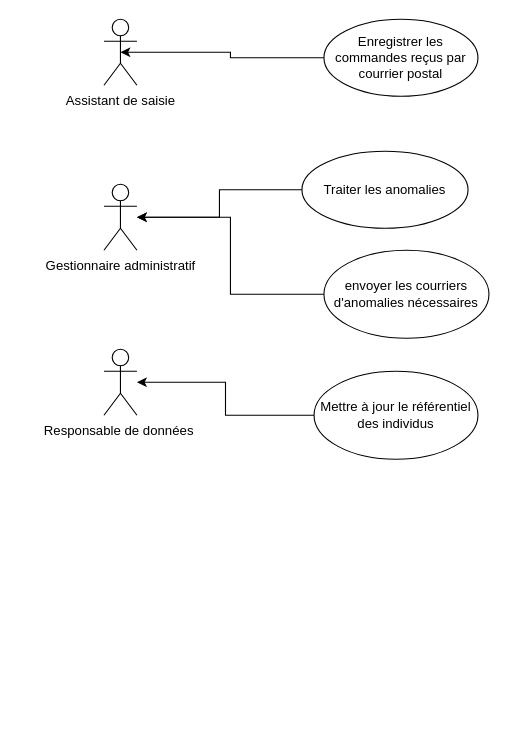
Before: page "Cas d'utilisation" (1 of 3) of diagramme_cas_utilisation.drawio in Hlarie21/Examen, a draw.io diagram. Source tidied: cells renumbered, new cells numbered last; positions are measured from the earlier drawing's top-left corner, leaving out a move shared by most shapes. Both pictures are drawn from the tidied source at 110%, with x=0, y=0 at pixel (103, 19).
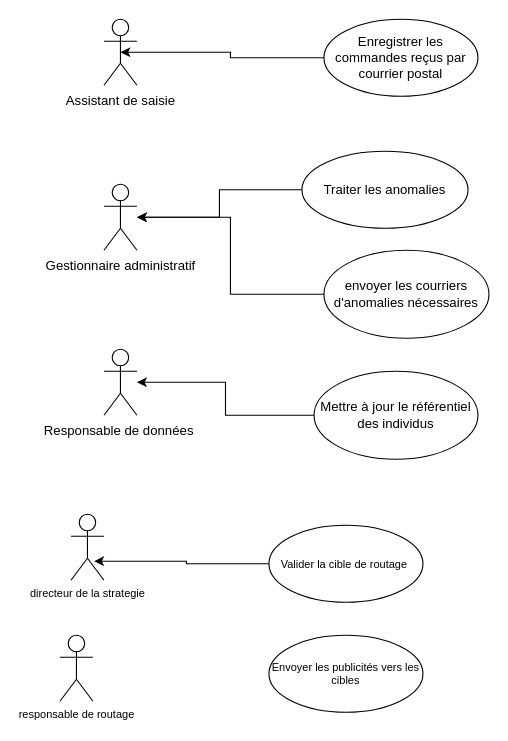
The same page after the edit.

What changed in the source:
```diff
@@
 <mxGraphModel>
   <root>
     <mxCell id="0" />
     <mxCell id="1" parent="0" />
     <mxCell id="2" value="Assistant de saisie" style="shape=umlActor;verticalLabelPosition=bottom;verticalAlign=top;html=1;outlineConnect=0;" parent="1" vertex="1">
       <mxGeometry width="30" height="60" as="geometry" />
     </mxCell>
     <mxCell id="3" value="Gestionnaire administratif" style="shape=umlActor;verticalLabelPosition=bottom;verticalAlign=top;html=1;outlineConnect=0;" parent="1" vertex="1">
       <mxGeometry y="150" width="30" height="60" as="geometry" />
     </mxCell>
     <mxCell id="4" value="Responsable de données&amp;nbsp;" style="shape=umlActor;verticalLabelPosition=bottom;verticalAlign=top;html=1;outlineConnect=0;" parent="1" vertex="1">
       <mxGeometry y="300" width="30" height="60" as="geometry" />
     </mxCell>
     <mxCell id="5" style="edgeStyle=orthogonalEdgeStyle;rounded=0;jettySize=auto;html=1;entryX=0.5;entryY=0.5;entryDx=0;entryDy=0;entryPerimeter=0;" parent="1" edge="1" source="6" target="2">
       <mxGeometry relative="1" as="geometry" />
     </mxCell>
     <mxCell id="6" value="Enregistrer les commandes reçus par courrier postal" style="ellipse;whiteSpace=wrap;html=1;" parent="1" vertex="1">
       <mxGeometry x="200" width="140" height="70" as="geometry" />
     </mxCell>
     <mxCell id="7" style="edgeStyle=orthogonalEdgeStyle;rounded=0;jettySize=auto;html=1;" parent="1" edge="1" source="8" target="3">
       <mxGeometry relative="1" as="geometry" />
     </mxCell>
     <mxCell id="8" value="Traiter les anomalies" style="ellipse;whiteSpace=wrap;html=1;" parent="1" vertex="1">
       <mxGeometry x="180" y="120" width="151" height="70" as="geometry" />
     </mxCell>
     <mxCell id="9" style="edgeStyle=orthogonalEdgeStyle;rounded=0;jettySize=auto;html=1;" parent="1" edge="1" source="10" target="3">
       <mxGeometry relative="1" as="geometry" />
     </mxCell>
     <mxCell id="10" value="envoyer les courriers d'anomalies nécessaires" style="ellipse;whiteSpace=wrap;html=1;" parent="1" vertex="1">
       <mxGeometry x="200" y="210" width="150" height="80" as="geometry" />
     </mxCell>
     <mxCell id="11" style="edgeStyle=orthogonalEdgeStyle;rounded=0;jettySize=auto;html=1;" parent="1" edge="1" source="12" target="4">
       <mxGeometry relative="1" as="geometry" />
     </mxCell>
     <mxCell id="12" value="Mettre à jour le référentiel des individus" style="ellipse;whiteSpace=wrap;html=1;" parent="1" vertex="1">
       <mxGeometry x="191" y="320" width="149" height="80" as="geometry" />
     </mxCell>
+    <mxCell id="13" value="directeur de la strategie" style="shape=umlActor;verticalLabelPosition=bottom;verticalAlign=top;html=1;fontFamily=Helvetica;fontSize=10;" parent="1" vertex="1">
+      <mxGeometry x="-30" y="450" width="30" height="60" as="geometry" />
+    </mxCell>
+    <mxCell id="14" style="edgeStyle=orthogonalEdgeStyle;rounded=0;jettySize=auto;html=1;entryX=0.704;entryY=0.711;entryDx=0;entryDy=0;entryPerimeter=0;fontFamily=Helvetica;fontSize=10;" parent="1" edge="1" source="15" target="13">
+      <mxGeometry relative="1" as="geometry" />
+    </mxCell>
+    <mxCell id="15" value="Valider la cible de routage&amp;nbsp;" style="ellipse;whiteSpace=wrap;html=1;fontFamily=Helvetica;fontSize=10;" parent="1" vertex="1">
+      <mxGeometry x="150" y="460" width="140" height="70" as="geometry" />
+    </mxCell>
+    <mxCell id="16" value="responsable de routage" style="shape=umlActor;verticalLabelPosition=bottom;verticalAlign=top;html=1;fontFamily=Helvetica;fontSize=10;" parent="1" vertex="1">
+      <mxGeometry x="-40" y="560" width="30" height="60" as="geometry" />
+    </mxCell>
+    <mxCell id="17" value="Envoyer les publicités vers les cibles" style="ellipse;whiteSpace=wrap;html=1;fontFamily=Helvetica;fontSize=10;" parent="1" vertex="1">
+      <mxGeometry x="150" y="560" width="140" height="70" as="geometry" />
+    </mxCell>
   </root>
 </mxGraphModel>
```
